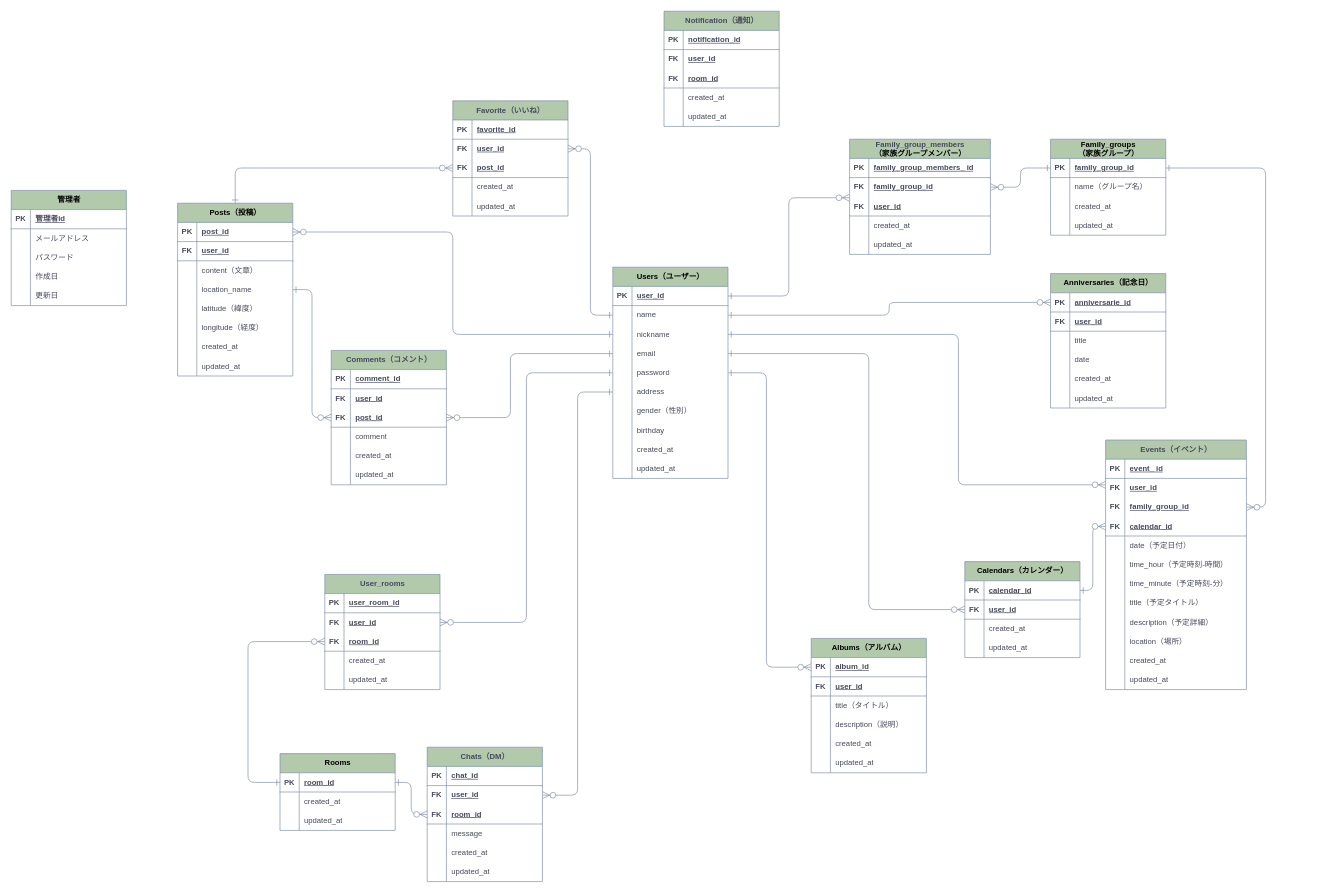
The draw.io diagram 家族インフラ.drawio in Ganmo3/drawio, before the edit. Source tidied: cells renumbered, new cells numbered last; positions are measured from the earlier drawing's top-left corner, leaving out a move shared by most shapes. Both pictures are drawn from the tidied source at 64%, with x=0, y=0 at pixel (11, 11).
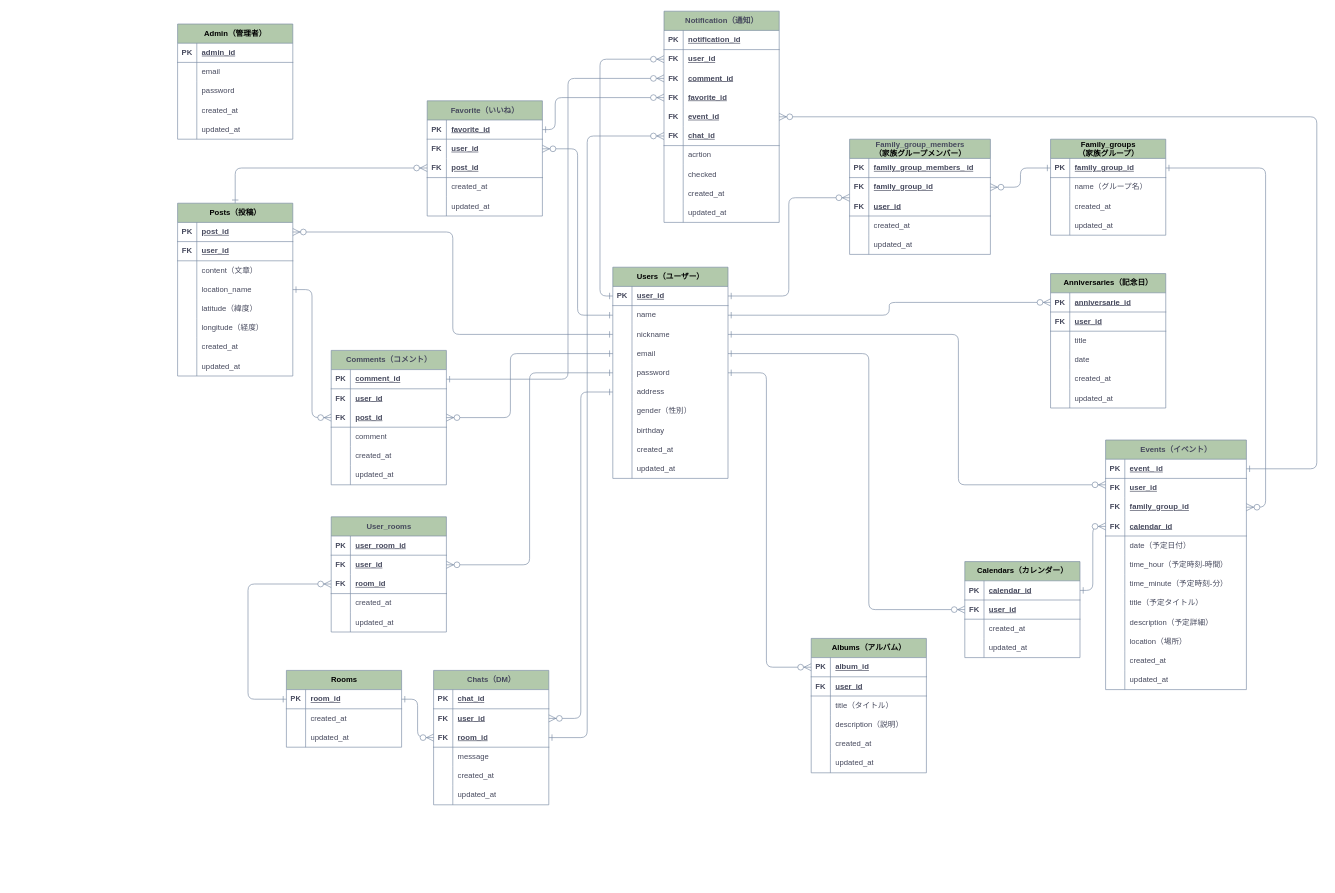
After the change.

Commit message:
家族インフラ.drawio を更新します

The change refers to these unchanged cells:
```xml
<mxCell id="3" style="shape=tableRow;horizontal=0;startSize=0;swimlaneHead=0;swimlaneBody=0;fillColor=none;top=0;left=0;right=0;bottom=1;strokeColor=#788AA3;fontFamily=Helvetica;fontSize=12;fontColor=#46495D;html=1;labelBackgroundColor=none;" parent="2" vertex="1">
  <mxGeometry y="30" width="180" height="30" as="geometry" />
</mxCell>
<mxCell id="6" style="shape=tableRow;horizontal=0;startSize=0;swimlaneHead=0;swimlaneBody=0;fillColor=none;top=0;left=0;right=0;bottom=0;strokeColor=#788AA3;fontFamily=Helvetica;fontSize=12;fontColor=#46495D;html=1;labelBackgroundColor=none;" parent="2" vertex="1">
  <mxGeometry y="60" width="180" height="30" as="geometry" />
</mxCell>
<mxCell id="9" style="shape=tableRow;horizontal=0;startSize=0;swimlaneHead=0;swimlaneBody=0;fillColor=none;top=0;left=0;right=0;bottom=0;strokeColor=#788AA3;fontFamily=Helvetica;fontSize=12;fontColor=#46495D;html=1;labelBackgroundColor=none;" parent="2" vertex="1">
  <mxGeometry y="90" width="180" height="30" as="geometry" />
</mxCell>
<mxCell id="12" style="shape=tableRow;horizontal=0;startSize=0;swimlaneHead=0;swimlaneBody=0;fillColor=none;top=0;left=0;right=0;bottom=0;strokeColor=#788AA3;fontFamily=Helvetica;fontSize=12;fontColor=#46495D;html=1;labelBackgroundColor=none;" parent="2" vertex="1">
  <mxGeometry y="120" width="180" height="30" as="geometry" />
</mxCell>
<mxCell id="15" style="shape=tableRow;horizontal=0;startSize=0;swimlaneHead=0;swimlaneBody=0;fillColor=none;top=0;left=0;right=0;bottom=0;strokeColor=#788AA3;fontFamily=Helvetica;fontSize=12;fontColor=#46495D;html=1;labelBackgroundColor=none;" parent="2" vertex="1">
  <mxGeometry y="150" width="180" height="30" as="geometry" />
</mxCell>
<mxCell id="19" style="shape=tableRow;horizontal=0;startSize=0;swimlaneHead=0;swimlaneBody=0;fillColor=none;points=[[0,0.5],[1,0.5]];portConstraint=eastwest;top=0;left=0;right=0;bottom=1;strokeColor=#788AA3;fontFamily=Helvetica;fontSize=12;fontColor=#46495D;html=1;labelBackgroundColor=none;" parent="18" vertex="1">
  <mxGeometry y="30" width="180" height="30" as="geometry" />
</mxCell>
<mxCell id="90" value="&lt;font color=&quot;#000000&quot;&gt;Posts（投稿）&lt;/font&gt;" style="shape=table;startSize=30;childLayout=tableLayout;rowLines=0;fontStyle=1;align=center;html=1;strokeColor=#788AA3;fontFamily=Helvetica;fontSize=12;fontColor=#46495D;fillColor=#B2C9AB;labelBackgroundColor=none;" parent="1" vertex="1">
  <mxGeometry x="260" y="300" width="180" height="270" as="geometry" />
</mxCell>
<mxCell id="146" style="shape=tableRow;horizontal=0;startSize=0;swimlaneHead=0;swimlaneBody=0;fillColor=none;points=[[0,0.5],[1,0.5]];portConstraint=eastwest;top=0;left=0;right=0;bottom=1;strokeColor=#788AA3;fontFamily=Helvetica;fontSize=12;fontColor=#46495D;html=1;labelBackgroundColor=none;" parent="145" vertex="1">
  <mxGeometry y="30" width="220" height="30" as="geometry" />
</mxCell>
<mxCell id="187" style="shape=tableRow;horizontal=0;startSize=0;swimlaneHead=0;swimlaneBody=0;fillColor=none;points=[[0,0.5],[1,0.5]];portConstraint=eastwest;top=0;left=0;right=0;bottom=1;strokeColor=#788AA3;fontFamily=Helvetica;fontSize=12;fontColor=#46495D;html=1;labelBackgroundColor=none;" parent="186" vertex="1">
  <mxGeometry y="30" width="180" height="30" as="geometry" />
</mxCell>
<mxCell id="205" style="shape=tableRow;horizontal=0;startSize=0;swimlaneHead=0;swimlaneBody=0;fillColor=none;points=[[0,0.5],[1,0.5]];portConstraint=eastwest;top=0;left=0;right=0;bottom=1;strokeColor=#788AA3;fontFamily=Helvetica;fontSize=12;fontColor=#46495D;html=1;labelBackgroundColor=none;" parent="204" vertex="1">
  <mxGeometry y="30" width="180" height="30" as="geometry" />
</mxCell>
<mxCell id="258" style="shape=tableRow;horizontal=0;startSize=0;swimlaneHead=0;swimlaneBody=0;fillColor=none;points=[[0,0.5],[1,0.5]];portConstraint=eastwest;top=0;left=0;right=0;bottom=1;strokeColor=#788AA3;fontFamily=Helvetica;fontSize=12;fontColor=#46495D;html=1;labelBackgroundColor=none;" parent="251" vertex="1">
  <mxGeometry y="90" width="180" height="30" as="geometry" />
</mxCell>
<mxCell id="298" style="shape=tableRow;horizontal=0;startSize=0;swimlaneHead=0;swimlaneBody=0;fillColor=none;points=[[0,0.5],[1,0.5]];portConstraint=eastwest;top=0;left=0;right=0;bottom=0;strokeColor=#788AA3;fontFamily=Helvetica;fontSize=12;fontColor=#46495D;html=1;labelBackgroundColor=none;" parent="294" vertex="1">
  <mxGeometry y="60" width="180" height="30" as="geometry" />
</mxCell>
```

Change to the diagram source:
```diff
@@
-    <mxCell id="2" value="&lt;font color=&quot;#000000&quot;&gt;管理者&lt;/font&gt;" style="shape=table;startSize=30;childLayout=tableLayout;rowLines=0;fontStyle=1;align=center;html=1;strokeColor=#788AA3;fontFamily=Helvetica;fontSize=12;fontColor=#46495D;fillColor=#B2C9AB;labelBackgroundColor=none;" parent="1" vertex="1">
-      <mxGeometry y="280" width="180" height="180" as="geometry" />
+    <mxCell id="2" value="&lt;font color=&quot;#000000&quot;&gt;Admin（管理者）&lt;/font&gt;" style="shape=table;startSize=30;childLayout=tableLayout;rowLines=0;fontStyle=1;align=center;html=1;strokeColor=#788AA3;fontFamily=Helvetica;fontSize=12;fontColor=#46495D;fillColor=#B2C9AB;labelBackgroundColor=none;" parent="1" vertex="1">
+      <mxGeometry x="260" y="20" width="180" height="180" as="geometry" />
     </mxCell>
@@
-    <mxCell id="5" value="管理者id" style="shape=partialRectangle;fillColor=none;top=0;left=0;bottom=0;right=0;align=left;spacingLeft=6;fontStyle=5;overflow=hidden;whiteSpace=wrap;html=1;strokeColor=#788AA3;fontFamily=Helvetica;fontSize=12;fontColor=#46495D;startSize=23;labelBackgroundColor=none;" parent="3" vertex="1">
+    <mxCell id="5" value="admin_id" style="shape=partialRectangle;fillColor=none;top=0;left=0;bottom=0;right=0;align=left;spacingLeft=6;fontStyle=5;overflow=hidden;whiteSpace=wrap;html=1;strokeColor=#788AA3;fontFamily=Helvetica;fontSize=12;fontColor=#46495D;startSize=23;labelBackgroundColor=none;" parent="3" vertex="1">
       <mxGeometry x="30" width="150" height="30" as="geometry" />
     </mxCell>
@@
-    <mxCell id="8" value="メールアドレス" style="shape=partialRectangle;fillColor=none;top=0;left=0;bottom=0;right=0;align=left;spacingLeft=6;overflow=hidden;whiteSpace=wrap;html=1;strokeColor=#788AA3;fontFamily=Helvetica;fontSize=12;fontColor=#46495D;startSize=23;labelBackgroundColor=none;" parent="6" vertex="1">
+    <mxCell id="8" value="email" style="shape=partialRectangle;fillColor=none;top=0;left=0;bottom=0;right=0;align=left;spacingLeft=6;overflow=hidden;whiteSpace=wrap;html=1;strokeColor=#788AA3;fontFamily=Helvetica;fontSize=12;fontColor=#46495D;startSize=23;labelBackgroundColor=none;" parent="6" vertex="1">
       <mxGeometry x="30" width="150" height="30" as="geometry" />
     </mxCell>
@@
-    <mxCell id="11" value="パスワード" style="shape=partialRectangle;fillColor=none;top=0;left=0;bottom=0;right=0;align=left;spacingLeft=6;overflow=hidden;whiteSpace=wrap;html=1;strokeColor=#788AA3;fontFamily=Helvetica;fontSize=12;fontColor=#46495D;startSize=23;labelBackgroundColor=none;" parent="9" vertex="1">
+    <mxCell id="11" value="password" style="shape=partialRectangle;fillColor=none;top=0;left=0;bottom=0;right=0;align=left;spacingLeft=6;overflow=hidden;whiteSpace=wrap;html=1;strokeColor=#788AA3;fontFamily=Helvetica;fontSize=12;fontColor=#46495D;startSize=23;labelBackgroundColor=none;" parent="9" vertex="1">
       <mxGeometry x="30" width="150" height="30" as="geometry" />
     </mxCell>
@@
-    <mxCell id="14" value="作成日" style="shape=partialRectangle;fillColor=none;top=0;left=0;bottom=0;right=0;align=left;spacingLeft=6;overflow=hidden;whiteSpace=wrap;html=1;strokeColor=#788AA3;fontFamily=Helvetica;fontSize=12;fontColor=#46495D;startSize=23;labelBackgroundColor=none;" parent="12" vertex="1">
+    <mxCell id="14" value="created_at" style="shape=partialRectangle;fillColor=none;top=0;left=0;bottom=0;right=0;align=left;spacingLeft=6;overflow=hidden;whiteSpace=wrap;html=1;strokeColor=#788AA3;fontFamily=Helvetica;fontSize=12;fontColor=#46495D;startSize=23;labelBackgroundColor=none;" parent="12" vertex="1">
       <mxGeometry x="30" width="150" height="30" as="geometry" />
     </mxCell>
@@
-    <mxCell id="17" value="更新日" style="shape=partialRectangle;fillColor=none;top=0;left=0;bottom=0;right=0;align=left;spacingLeft=6;overflow=hidden;whiteSpace=wrap;html=1;strokeColor=#788AA3;fontFamily=Helvetica;fontSize=12;fontColor=#46495D;startSize=23;labelBackgroundColor=none;" parent="15" vertex="1">
+    <mxCell id="17" value="updated_at" style="shape=partialRectangle;fillColor=none;top=0;left=0;bottom=0;right=0;align=left;spacingLeft=6;overflow=hidden;whiteSpace=wrap;html=1;strokeColor=#788AA3;fontFamily=Helvetica;fontSize=12;fontColor=#46495D;startSize=23;labelBackgroundColor=none;" parent="15" vertex="1">
       <mxGeometry x="30" width="150" height="30" as="geometry" />
     </mxCell>
@@
     <mxCell id="186" value="Favorite（いいね）" style="shape=table;startSize=30;childLayout=tableLayout;rowLines=0;fontStyle=1;align=center;html=1;strokeColor=#788AA3;fontFamily=Helvetica;fontSize=12;fillColor=#B2C9AB;labelBackgroundColor=none;fontColor=#46495D;" parent="1" vertex="1">
-      <mxGeometry x="690" y="140" width="180" height="180" as="geometry" />
+      <mxGeometry x="650" y="140" width="180" height="180" as="geometry" />
     </mxCell>
@@
     <mxCell id="203" style="edgeStyle=elbowEdgeStyle;fontSize=12;html=1;endArrow=ERzeroToMany;endFill=1;fontFamily=Helvetica;fontColor=default;startSize=8;rounded=1;startArrow=ERone;startFill=0;endSize=9;labelBackgroundColor=none;strokeColor=#788AA3;exitX=0.5;exitY=0;exitDx=0;exitDy=0;" parent="1" edge="1" source="90">
       <mxGeometry relative="1" as="geometry">
-        <mxPoint x="690" y="245" as="targetPoint" />
+        <mxPoint x="650" y="245" as="targetPoint" />
         <Array as="points">
           <mxPoint x="350" y="260" />
         </Array>
       </mxGeometry>
     </mxCell>
@@
     <mxCell id="225" value="User_rooms" style="shape=table;startSize=30;childLayout=tableLayout;rowLines=0;fontStyle=1;align=center;html=1;strokeColor=#788AA3;fontFamily=Helvetica;fontSize=12;fillColor=#B2C9AB;labelBackgroundColor=none;fontColor=#46495D;" parent="1" vertex="1">
-      <mxGeometry x="490" y="880" width="180" height="180" as="geometry" />
+      <mxGeometry x="500" y="790" width="180" height="180" as="geometry" />
     </mxCell>
@@
     <mxCell id="241" value="&lt;font color=&quot;#000000&quot;&gt;Rooms&lt;/font&gt;" style="shape=table;startSize=30;childLayout=tableLayout;rowLines=0;fontStyle=1;align=center;html=1;strokeColor=#788AA3;fontFamily=Helvetica;fontSize=12;fontColor=#46495D;fillColor=#B2C9AB;labelBackgroundColor=none;" parent="1" vertex="1">
-      <mxGeometry x="420" y="1160" width="180" height="120" as="geometry" />
+      <mxGeometry x="430" y="1030" width="180" height="120" as="geometry" />
     </mxCell>
@@
     <mxCell id="251" value="Chats（DM）" style="shape=table;startSize=30;childLayout=tableLayout;rowLines=0;fontStyle=1;align=center;html=1;strokeColor=#788AA3;fontFamily=Helvetica;fontSize=12;fillColor=#B2C9AB;labelBackgroundColor=none;fontColor=#46495D;" parent="1" vertex="1">
-      <mxGeometry x="650" y="1150" width="180" height="210" as="geometry" />
+      <mxGeometry x="660" y="1030" width="180" height="210" as="geometry" />
     </mxCell>
@@
     <mxCell id="294" value="Notification（通知）" style="shape=table;startSize=30;childLayout=tableLayout;rowLines=0;fontStyle=1;align=center;html=1;strokeColor=#788AA3;fontFamily=Helvetica;fontSize=12;fillColor=#B2C9AB;labelBackgroundColor=none;fontColor=#46495D;" parent="1" vertex="1">
-      <mxGeometry x="1020" width="180" height="180" as="geometry" />
+      <mxGeometry x="1020" width="180" height="330" as="geometry" />
     </mxCell>
@@
+    <mxCell id="310" style="shape=tableRow;horizontal=0;startSize=0;swimlaneHead=0;swimlaneBody=0;fillColor=none;points=[[0,0.5],[1,0.5]];portConstraint=eastwest;top=0;left=0;right=0;bottom=0;strokeColor=#788AA3;fontFamily=Helvetica;fontSize=12;fontColor=#46495D;html=1;labelBackgroundColor=none;" parent="294" vertex="1">
+      <mxGeometry y="90" width="180" height="30" as="geometry" />
+    </mxCell>
+    <mxCell id="311" value="&lt;b&gt;FK&lt;/b&gt;" style="shape=partialRectangle;fillColor=none;top=0;left=0;bottom=0;right=0;overflow=hidden;whiteSpace=wrap;html=1;strokeColor=#788AA3;fontFamily=Helvetica;fontSize=12;fontColor=#46495D;startSize=23;labelBackgroundColor=none;" parent="310" vertex="1">
+      <mxGeometry width="30" height="30" as="geometry" />
+    </mxCell>
+    <mxCell id="312" value="&lt;u&gt;&lt;b&gt;comment_id&lt;/b&gt;&lt;/u&gt;" style="shape=partialRectangle;fillColor=none;top=0;left=0;bottom=0;right=0;align=left;spacingLeft=6;overflow=hidden;whiteSpace=wrap;html=1;strokeColor=#788AA3;fontFamily=Helvetica;fontSize=12;fontColor=#46495D;startSize=23;labelBackgroundColor=none;" parent="310" vertex="1">
+      <mxGeometry x="30" width="150" height="30" as="geometry" />
+    </mxCell>
+    <mxCell id="313" style="shape=tableRow;horizontal=0;startSize=0;swimlaneHead=0;swimlaneBody=0;fillColor=none;points=[[0,0.5],[1,0.5]];portConstraint=eastwest;top=0;left=0;right=0;bottom=0;strokeColor=#788AA3;fontFamily=Helvetica;fontSize=12;fontColor=#46495D;html=1;labelBackgroundColor=none;" parent="294" vertex="1">
+      <mxGeometry y="120" width="180" height="30" as="geometry" />
+    </mxCell>
+    <mxCell id="314" value="&lt;b&gt;FK&lt;/b&gt;" style="shape=partialRectangle;fillColor=none;top=0;left=0;bottom=0;right=0;overflow=hidden;whiteSpace=wrap;html=1;strokeColor=#788AA3;fontFamily=Helvetica;fontSize=12;fontColor=#46495D;startSize=23;labelBackgroundColor=none;" parent="313" vertex="1">
+      <mxGeometry width="30" height="30" as="geometry" />
+    </mxCell>
+    <mxCell id="315" value="&lt;u&gt;&lt;b&gt;favorite_id&lt;/b&gt;&lt;/u&gt;" style="shape=partialRectangle;fillColor=none;top=0;left=0;bottom=0;right=0;align=left;spacingLeft=6;overflow=hidden;whiteSpace=wrap;html=1;strokeColor=#788AA3;fontFamily=Helvetica;fontSize=12;fontColor=#46495D;startSize=23;labelBackgroundColor=none;" parent="313" vertex="1">
+      <mxGeometry x="30" width="150" height="30" as="geometry" />
+    </mxCell>
+    <mxCell id="316" style="shape=tableRow;horizontal=0;startSize=0;swimlaneHead=0;swimlaneBody=0;fillColor=none;points=[[0,0.5],[1,0.5]];portConstraint=eastwest;top=0;left=0;right=0;bottom=0;strokeColor=#788AA3;fontFamily=Helvetica;fontSize=12;fontColor=#46495D;html=1;labelBackgroundColor=none;" parent="294" vertex="1">
+      <mxGeometry y="150" width="180" height="30" as="geometry" />
+    </mxCell>
+    <mxCell id="317" value="&lt;b&gt;FK&lt;/b&gt;" style="shape=partialRectangle;fillColor=none;top=0;left=0;bottom=0;right=0;overflow=hidden;whiteSpace=wrap;html=1;strokeColor=#788AA3;fontFamily=Helvetica;fontSize=12;fontColor=#46495D;startSize=23;labelBackgroundColor=none;" parent="316" vertex="1">
+      <mxGeometry width="30" height="30" as="geometry" />
+    </mxCell>
+    <mxCell id="318" value="&lt;u&gt;&lt;b&gt;event_id&lt;/b&gt;&lt;/u&gt;" style="shape=partialRectangle;fillColor=none;top=0;left=0;bottom=0;right=0;align=left;spacingLeft=6;overflow=hidden;whiteSpace=wrap;html=1;strokeColor=#788AA3;fontFamily=Helvetica;fontSize=12;fontColor=#46495D;startSize=23;labelBackgroundColor=none;" parent="316" vertex="1">
+      <mxGeometry x="30" width="150" height="30" as="geometry" />
+    </mxCell>
     <mxCell id="301" style="shape=tableRow;horizontal=0;startSize=0;swimlaneHead=0;swimlaneBody=0;fillColor=none;points=[[0,0.5],[1,0.5]];portConstraint=eastwest;top=0;left=0;right=0;bottom=1;strokeColor=#788AA3;fontFamily=Helvetica;fontSize=12;fontColor=#46495D;html=1;labelBackgroundColor=none;" parent="294" vertex="1">
-      <mxGeometry y="90" width="180" height="30" as="geometry" />
+      <mxGeometry y="180" width="180" height="30" as="geometry" />
     </mxCell>
@@
-    <mxCell id="303" value="room_id" style="shape=partialRectangle;fillColor=none;top=0;left=0;bottom=0;right=0;align=left;spacingLeft=6;fontStyle=5;overflow=hidden;whiteSpace=wrap;html=1;strokeColor=#788AA3;fontFamily=Helvetica;fontSize=12;fontColor=#46495D;startSize=23;labelBackgroundColor=none;" parent="301" vertex="1">
+    <mxCell id="303" value="chat_id" style="shape=partialRectangle;fillColor=none;top=0;left=0;bottom=0;right=0;align=left;spacingLeft=6;fontStyle=5;overflow=hidden;whiteSpace=wrap;html=1;strokeColor=#788AA3;fontFamily=Helvetica;fontSize=12;fontColor=#46495D;startSize=23;labelBackgroundColor=none;" parent="301" vertex="1">
       <mxGeometry x="30" width="150" height="30" as="geometry" />
     </mxCell>
     <mxCell id="304" style="shape=tableRow;horizontal=0;startSize=0;swimlaneHead=0;swimlaneBody=0;fillColor=none;top=0;left=0;right=0;bottom=0;strokeColor=#788AA3;fontFamily=Helvetica;fontSize=12;fontColor=#46495D;html=1;labelBackgroundColor=none;" parent="294" vertex="1">
-      <mxGeometry y="120" width="180" height="30" as="geometry" />
+      <mxGeometry y="210" width="180" height="30" as="geometry" />
     </mxCell>
@@
-    <mxCell id="306" value="created_at" style="shape=partialRectangle;fillColor=none;top=0;left=0;bottom=0;right=0;align=left;spacingLeft=6;overflow=hidden;whiteSpace=wrap;html=1;strokeColor=#788AA3;fontFamily=Helvetica;fontSize=12;fontColor=#46495D;startSize=23;labelBackgroundColor=none;" parent="304" vertex="1">
+    <mxCell id="306" value="acrtion" style="shape=partialRectangle;fillColor=none;top=0;left=0;bottom=0;right=0;align=left;spacingLeft=6;overflow=hidden;whiteSpace=wrap;html=1;strokeColor=#788AA3;fontFamily=Helvetica;fontSize=12;fontColor=#46495D;startSize=23;labelBackgroundColor=none;" parent="304" vertex="1">
       <mxGeometry x="30" width="150" height="30" as="geometry" />
     </mxCell>
+    <mxCell id="319" style="shape=tableRow;horizontal=0;startSize=0;swimlaneHead=0;swimlaneBody=0;fillColor=none;top=0;left=0;right=0;bottom=0;strokeColor=#788AA3;fontFamily=Helvetica;fontSize=12;fontColor=#46495D;html=1;labelBackgroundColor=none;" parent="294" vertex="1">
+      <mxGeometry y="240" width="180" height="30" as="geometry" />
+    </mxCell>
+    <mxCell id="320" style="shape=partialRectangle;fillColor=none;top=0;left=0;bottom=0;right=0;overflow=hidden;whiteSpace=wrap;html=1;strokeColor=#788AA3;fontFamily=Helvetica;fontSize=12;fontColor=#46495D;startSize=23;labelBackgroundColor=none;" parent="319" vertex="1">
+      <mxGeometry width="30" height="30" as="geometry" />
+    </mxCell>
+    <mxCell id="321" value="checked" style="shape=partialRectangle;fillColor=none;top=0;left=0;bottom=0;right=0;align=left;spacingLeft=6;overflow=hidden;whiteSpace=wrap;html=1;strokeColor=#788AA3;fontFamily=Helvetica;fontSize=12;fontColor=#46495D;startSize=23;labelBackgroundColor=none;" parent="319" vertex="1">
+      <mxGeometry x="30" width="150" height="30" as="geometry" />
+    </mxCell>
+    <mxCell id="322" style="shape=tableRow;horizontal=0;startSize=0;swimlaneHead=0;swimlaneBody=0;fillColor=none;top=0;left=0;right=0;bottom=0;strokeColor=#788AA3;fontFamily=Helvetica;fontSize=12;fontColor=#46495D;html=1;labelBackgroundColor=none;" parent="294" vertex="1">
+      <mxGeometry y="270" width="180" height="30" as="geometry" />
+    </mxCell>
+    <mxCell id="323" style="shape=partialRectangle;fillColor=none;top=0;left=0;bottom=0;right=0;overflow=hidden;whiteSpace=wrap;html=1;strokeColor=#788AA3;fontFamily=Helvetica;fontSize=12;fontColor=#46495D;startSize=23;labelBackgroundColor=none;" parent="322" vertex="1">
+      <mxGeometry width="30" height="30" as="geometry" />
+    </mxCell>
+    <mxCell id="324" value="created_at" style="shape=partialRectangle;fillColor=none;top=0;left=0;bottom=0;right=0;align=left;spacingLeft=6;overflow=hidden;whiteSpace=wrap;html=1;strokeColor=#788AA3;fontFamily=Helvetica;fontSize=12;fontColor=#46495D;startSize=23;labelBackgroundColor=none;" parent="322" vertex="1">
+      <mxGeometry x="30" width="150" height="30" as="geometry" />
+    </mxCell>
     <mxCell id="307" style="shape=tableRow;horizontal=0;startSize=0;swimlaneHead=0;swimlaneBody=0;fillColor=none;top=0;left=0;right=0;bottom=0;strokeColor=#788AA3;fontFamily=Helvetica;fontSize=12;fontColor=#46495D;html=1;labelBackgroundColor=none;" parent="294" vertex="1">
-      <mxGeometry y="150" width="180" height="30" as="geometry" />
+      <mxGeometry y="300" width="180" height="30" as="geometry" />
     </mxCell>
@@
+    <mxCell id="325" style="edgeStyle=elbowEdgeStyle;fontSize=12;html=1;endArrow=ERzeroToMany;endFill=1;fontFamily=Helvetica;fontColor=default;startSize=8;rounded=1;startArrow=ERone;startFill=0;endSize=9;labelBackgroundColor=none;strokeColor=#788AA3;exitX=1;exitY=0.5;exitDx=0;exitDy=0;entryX=0;entryY=0.5;entryDx=0;entryDy=0;" parent="1" edge="1" source="258" target="301">
+      <mxGeometry relative="1" as="geometry">
+        <Array as="points">
+          <mxPoint x="900" y="670" />
+        </Array>
+      </mxGeometry>
+    </mxCell>
+    <mxCell id="326" style="edgeStyle=elbowEdgeStyle;fontSize=12;html=1;endArrow=ERzeroToMany;endFill=1;fontFamily=Helvetica;fontColor=default;startSize=8;rounded=1;startArrow=ERone;startFill=0;endSize=9;labelBackgroundColor=none;strokeColor=#788AA3;entryX=0;entryY=0.5;entryDx=0;entryDy=0;exitX=0;exitY=0.5;exitDx=0;exitDy=0;" parent="1" edge="1" source="19" target="298">
+      <mxGeometry relative="1" as="geometry">
+        <Array as="points">
+          <mxPoint x="920" y="75" />
+        </Array>
+      </mxGeometry>
+    </mxCell>
+    <mxCell id="327" style="edgeStyle=elbowEdgeStyle;fontSize=12;html=1;endArrow=ERzeroToMany;endFill=1;fontFamily=Helvetica;fontColor=default;startSize=8;rounded=1;startArrow=ERone;startFill=0;endSize=9;labelBackgroundColor=none;strokeColor=#788AA3;exitX=1;exitY=0.5;exitDx=0;exitDy=0;entryX=0;entryY=0.5;entryDx=0;entryDy=0;" parent="1" edge="1" source="205" target="310">
+      <mxGeometry relative="1" as="geometry">
+        <Array as="points">
+          <mxPoint x="870" y="410" />
+        </Array>
+      </mxGeometry>
+    </mxCell>
+    <mxCell id="328" style="edgeStyle=elbowEdgeStyle;fontSize=12;html=1;endArrow=ERzeroToMany;endFill=1;fontFamily=Helvetica;fontColor=default;startSize=8;rounded=1;startArrow=ERone;startFill=0;endSize=9;labelBackgroundColor=none;strokeColor=#788AA3;exitX=1;exitY=0.5;exitDx=0;exitDy=0;entryX=0;entryY=0.5;entryDx=0;entryDy=0;" parent="1" edge="1" source="187" target="313">
+      <mxGeometry relative="1" as="geometry">
+        <Array as="points">
+          <mxPoint x="850" y="160" />
+        </Array>
+      </mxGeometry>
+    </mxCell>
+    <mxCell id="329" style="edgeStyle=elbowEdgeStyle;fontSize=12;html=1;endArrow=ERzeroToMany;endFill=1;rounded=1;fontFamily=Helvetica;fontColor=default;startSize=8;startArrow=ERone;startFill=0;endSize=9;labelBackgroundColor=none;strokeColor=#788AA3;exitX=1;exitY=0.5;exitDx=0;exitDy=0;" parent="1" edge="1" source="146" target="316">
+      <mxGeometry relative="1" as="geometry">
+        <Array as="points">
+          <mxPoint x="2040" y="-70" />
+        </Array>
+      </mxGeometry>
+    </mxCell>
```
